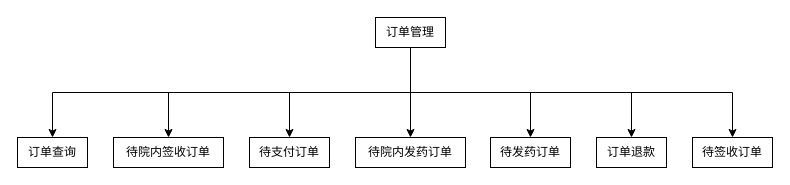
Before: 订单管理.drawio in denglt/diagrams, a draw.io diagram. Source tidied: cells renumbered, new cells numbered last; positions are measured from the earlier drawing's top-left corner, leaving out a move shared by most shapes. Both pictures are drawn from the tidied source at 100%, with x=0, y=0 at pixel (17, 17).
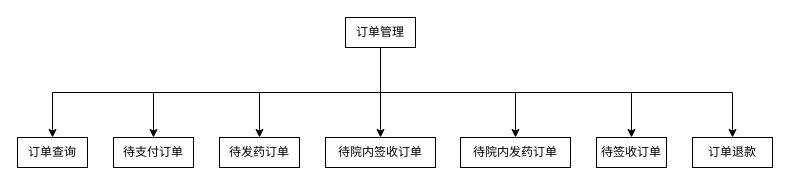
The same diagram, later.

Commit message (it also covers changes not shown here):
更新订单管理.drawio

What changed in the source:
```diff
@@
 <mxGraphModel>
   <root>
     <mxCell id="0" />
     <mxCell id="1" parent="0" />
     <mxCell id="2" value="订单管理" style="rounded=0;whiteSpace=wrap;html=1;" parent="1" vertex="1">
-      <mxGeometry x="358" width="70" height="30" as="geometry" />
+      <mxGeometry x="328" width="70" height="30" as="geometry" />
     </mxCell>
     <mxCell id="3" value="订单查询" style="whiteSpace=wrap;html=1;rounded=0;direction=west;" parent="1" vertex="1">
       <mxGeometry y="120" width="70" height="30" as="geometry" />
     </mxCell>
-    <mxCell id="4" value="待支付订单" style="whiteSpace=wrap;html=1;" parent="1" vertex="1">
-      <mxGeometry x="232" y="120" width="80" height="30" as="geometry" />
+    <mxCell id="4" value="待发药订单" style="whiteSpace=wrap;html=1;" parent="1" vertex="1">
+      <mxGeometry x="202" y="120" width="80" height="30" as="geometry" />
     </mxCell>
-    <mxCell id="5" value="待发药订单" style="whiteSpace=wrap;html=1;" parent="1" vertex="1">
-      <mxGeometry x="473" y="120" width="80" height="30" as="geometry" />
+    <mxCell id="5" value="待院内发药订单" style="whiteSpace=wrap;html=1;" parent="1" vertex="1">
+      <mxGeometry x="443" y="120" width="110" height="30" as="geometry" />
     </mxCell>
-    <mxCell id="6" value="待院内签收订单" style="whiteSpace=wrap;html=1;" parent="1" vertex="1">
-      <mxGeometry x="96" y="120" width="110" height="30" as="geometry" />
+    <mxCell id="6" value="待支付订单" style="whiteSpace=wrap;html=1;" parent="1" vertex="1">
+      <mxGeometry x="96" y="120" width="80" height="30" as="geometry" />
     </mxCell>
-    <mxCell id="7" value="待院内发药订单" style="whiteSpace=wrap;html=1;" parent="1" vertex="1">
-      <mxGeometry x="338" y="120" width="110" height="30" as="geometry" />
+    <mxCell id="7" value="待院内签收订单" style="whiteSpace=wrap;html=1;" parent="1" vertex="1">
+      <mxGeometry x="308" y="120" width="110" height="30" as="geometry" />
     </mxCell>
-    <mxCell id="8" value="待签收订单" style="whiteSpace=wrap;html=1;" parent="1" vertex="1">
+    <mxCell id="8" value="订单退款" style="whiteSpace=wrap;html=1;" parent="1" vertex="1">
       <mxGeometry x="675" y="120" width="80" height="30" as="geometry" />
     </mxCell>
-    <mxCell id="9" value="订单退款" style="whiteSpace=wrap;html=1;" parent="1" vertex="1">
+    <mxCell id="9" value="待签收订单" style="whiteSpace=wrap;html=1;" parent="1" vertex="1">
       <mxGeometry x="579" y="120" width="70" height="30" as="geometry" />
     </mxCell>
     <mxCell id="10" style="endArrow=classic;html=1;rounded=0;exitX=0.5;exitY=1;exitDx=0;exitDy=0;entryX=0.5;entryY=0;entryDx=0;entryDy=0;edgeStyle=orthogonalEdgeStyle;" parent="1" edge="1" source="2" target="4">
       <mxGeometry relative="1" as="geometry" />
     </mxCell>
-    <mxCell id="11" style="endArrow=classic;html=1;rounded=0;exitX=0.5;exitY=1;exitDx=0;exitDy=0;entryX=0.5;entryY=0;entryDx=0;entryDy=0;" parent="1" edge="1" source="2" target="7">
+    <mxCell id="11" style="endArrow=classic;html=1;rounded=0;exitX=0.5;exitY=1;exitDx=0;exitDy=0;entryX=0.5;entryY=0;entryDx=0;entryDy=0;edgeStyle=orthogonalEdgeStyle;" parent="1" edge="1" source="2" target="7">
       <mxGeometry relative="1" as="geometry" />
     </mxCell>
     <mxCell id="12" style="endArrow=classic;html=1;rounded=0;exitX=0.5;exitY=1;exitDx=0;exitDy=0;entryX=0.5;entryY=0;entryDx=0;entryDy=0;edgeStyle=orthogonalEdgeStyle;" parent="1" edge="1" source="2" target="5">
       <mxGeometry relative="1" as="geometry" />
     </mxCell>
     <mxCell id="13" style="endArrow=classic;html=1;rounded=0;exitX=0.5;exitY=1;exitDx=0;exitDy=0;entryX=0.5;entryY=0;entryDx=0;entryDy=0;edgeStyle=orthogonalEdgeStyle;" parent="1" edge="1" source="2" target="6">
       <mxGeometry relative="1" as="geometry" />
     </mxCell>
     <mxCell id="14" style="endArrow=classic;html=1;rounded=0;exitX=0.5;exitY=1;exitDx=0;exitDy=0;entryX=0.5;entryY=0;entryDx=0;entryDy=0;edgeStyle=orthogonalEdgeStyle;" parent="1" edge="1" source="2" target="9">
       <mxGeometry relative="1" as="geometry" />
     </mxCell>
     <mxCell id="15" style="endArrow=classic;html=1;rounded=0;exitX=0.5;exitY=1;exitDx=0;exitDy=0;entryX=0.5;entryY=0;entryDx=0;entryDy=0;edgeStyle=orthogonalEdgeStyle;" parent="1" edge="1" source="2" target="8">
       <mxGeometry relative="1" as="geometry" />
     </mxCell>
     <mxCell id="16" style="endArrow=classic;html=1;rounded=0;exitX=0.5;exitY=1;exitDx=0;exitDy=0;entryX=0.5;entryY=1;entryDx=0;entryDy=0;edgeStyle=orthogonalEdgeStyle;" parent="1" edge="1" source="2" target="3">
       <mxGeometry relative="1" as="geometry" />
     </mxCell>
   </root>
 </mxGraphModel>
```
